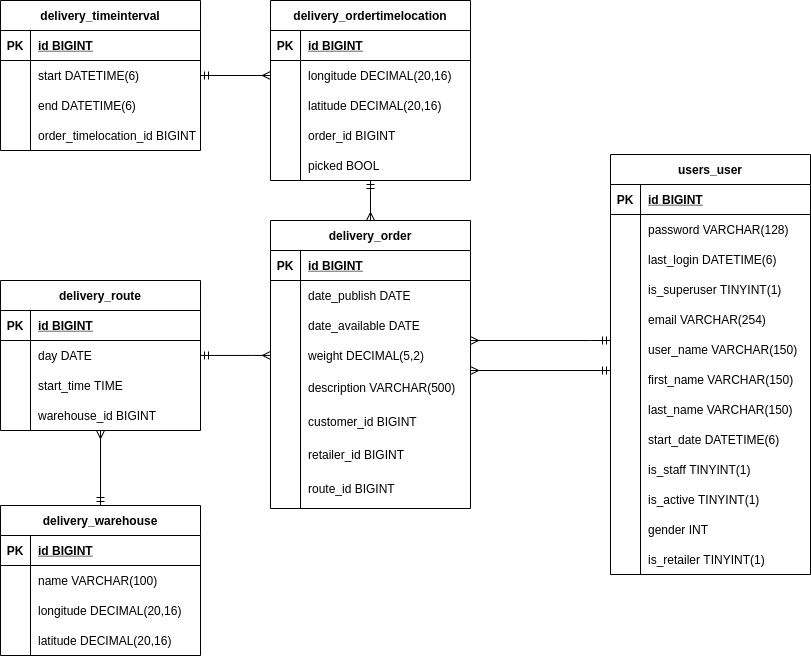
The draw.io diagram database.png in miguelfrutuoso/smart-delivery, before a commit. Source tidied: cells renumbered, new cells last; positions are measured from the earlier drawing's top-left corner, leaving out a move shared by most shapes.
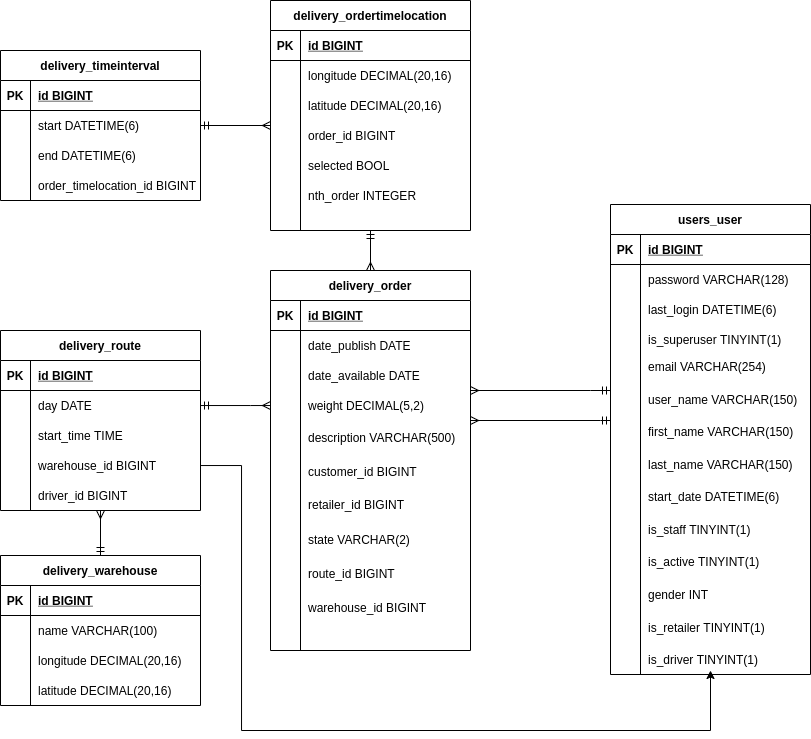
Later version of the same file.

Diff of the diagram source:
```diff
@@ -53,8 +53,23 @@
     <mxCell id="18" style="group;" parent="1" vertex="1">
       <mxGeometry x="270" width="200" height="180" as="geometry" />
     </mxCell>
+    <mxCell id="32" style="shape=partialRectangle;fillColor=none;top=0;left=0;bottom=0;right=0;" parent="18" vertex="1">
+      <mxGeometry y="142.1" width="200" height="28.4" as="geometry" />
+    </mxCell>
+    <mxCell id="33" style="shape=partialRectangle;fillColor=none;top=0;left=0;bottom=0;right=0;overflow=hidden;" parent="32" vertex="1">
+      <mxGeometry width="33.3" height="28.4" as="geometry" />
+    </mxCell>
+    <mxCell id="117" style="group;" parent="18" vertex="1">
+      <mxGeometry y="-50" width="200" height="230" as="geometry" />
+    </mxCell>
+    <mxCell id="118" value="nth_order INTEGER" style="shape=partialRectangle;fillColor=none;top=0;left=0;bottom=0;right=0;align=left;spacingLeft=6;overflow=hidden;" parent="117" vertex="1">
+      <mxGeometry x="30" y="180" width="170" height="30" as="geometry" />
+    </mxCell>
+    <mxCell id="119" style="group;" parent="117" vertex="1">
+      <mxGeometry width="200" height="230" as="geometry" />
+    </mxCell>
-    <mxCell id="19" value="delivery_ordertimelocation" style="shape=table;startSize=30;rowLines=0;fontStyle=1;align=center;fillColor=none;gradientColor=none;" parent="18" vertex="1">
-      <mxGeometry width="200" height="180" as="geometry" />
+    <mxCell id="19" value="delivery_ordertimelocation" style="shape=table;startSize=30;rowLines=0;fontStyle=1;align=center;fillColor=none;gradientColor=none;" parent="119" vertex="1">
+      <mxGeometry width="200" height="230" as="geometry" />
     </mxCell>
     <mxCell id="20" style="shape=partialRectangle;fillColor=none;top=0;left=0;bottom=1;right=0;" parent="19" vertex="1">
       <mxGeometry y="30" width="200" height="30" as="geometry" />
@@ -92,17 +107,11 @@
     <mxCell id="31" value="order_id BIGINT" style="shape=partialRectangle;fillColor=none;top=0;left=0;bottom=0;right=0;align=left;spacingLeft=6;overflow=hidden;" parent="29" vertex="1">
       <mxGeometry x="30" width="170" height="30" as="geometry" />
     </mxCell>
-    <mxCell id="32" style="shape=partialRectangle;fillColor=none;top=0;left=0;bottom=0;right=0;" parent="18" vertex="1">
-      <mxGeometry y="142.1" width="200" height="28.4" as="geometry" />
-    </mxCell>
-    <mxCell id="33" style="shape=partialRectangle;fillColor=none;top=0;left=0;bottom=0;right=0;overflow=hidden;" parent="32" vertex="1">
-      <mxGeometry width="33.3" height="28.4" as="geometry" />
-    </mxCell>
-    <mxCell id="34" value="picked BOOL" style="shape=partialRectangle;fillColor=none;top=0;left=0;bottom=0;right=0;align=left;spacingLeft=6;overflow=hidden;" parent="18" vertex="1">
+    <mxCell id="34" value="selected BOOL" style="shape=partialRectangle;fillColor=none;top=0;left=0;bottom=0;right=0;align=left;spacingLeft=6;overflow=hidden;" parent="119" vertex="1">
       <mxGeometry x="30" y="150" width="170" height="30" as="geometry" />
     </mxCell>
     <mxCell id="35" style="group;" parent="1" vertex="1">
-      <mxGeometry x="270" y="220" width="200" height="290" as="geometry" />
+      <mxGeometry x="270" y="220" width="200" height="380" as="geometry" />
     </mxCell>
     <mxCell id="36" style="shape=partialRectangle;fillColor=none;top=0;left=0;bottom=0;right=0;" parent="35" vertex="1">
       <mxGeometry y="135.3" width="200" height="27.1" as="geometry" />
@@ -111,10 +120,10 @@
       <mxGeometry width="33.3" height="27.1" as="geometry" />
     </mxCell>
     <mxCell id="38" style="group;" parent="35" vertex="1">
-      <mxGeometry width="200" height="288" as="geometry" />
+      <mxGeometry width="200" height="380" as="geometry" />
     </mxCell>
     <mxCell id="39" value="delivery_order" style="shape=table;startSize=30;rowLines=0;fontStyle=1;align=center;fillColor=none;gradientColor=none;" parent="38" vertex="1">
-      <mxGeometry width="200" height="288" as="geometry" />
+      <mxGeometry width="200" height="380" as="geometry" />
     </mxCell>
     <mxCell id="40" style="shape=partialRectangle;fillColor=none;top=0;left=0;bottom=1;right=0;" parent="39" vertex="1">
       <mxGeometry y="30" width="200" height="30" as="geometry" />
@@ -162,13 +171,19 @@
       <mxGeometry x="30" y="217" width="170" height="34.3" as="geometry" />
     </mxCell>
     <mxCell id="55" value="route_id BIGINT" style="shape=partialRectangle;fillColor=none;top=0;left=0;bottom=0;right=0;align=left;spacingLeft=6;overflow=hidden;" parent="38" vertex="1">
-      <mxGeometry x="30" y="251.3" width="170" height="34.3" as="geometry" />
+      <mxGeometry x="30" y="285.7" width="170" height="34.3" as="geometry" />
     </mxCell>
+    <mxCell id="120" value="warehouse_id BIGINT" style="shape=partialRectangle;fillColor=none;top=0;left=0;bottom=0;right=0;align=left;spacingLeft=6;overflow=hidden;" parent="38" vertex="1">
+      <mxGeometry x="30" y="320" width="170" height="34.3" as="geometry" />
+    </mxCell>
+    <mxCell id="121" value="state VARCHAR(2)" style="shape=partialRectangle;fillColor=none;top=0;left=0;bottom=0;right=0;align=left;spacingLeft=6;overflow=hidden;" parent="38" vertex="1">
+      <mxGeometry x="30" y="251.4" width="170" height="34.3" as="geometry" />
+    </mxCell>
     <mxCell id="56" style="group;" parent="1" vertex="1">
-      <mxGeometry y="280" width="200" height="150" as="geometry" />
+      <mxGeometry y="280" width="200" height="180" as="geometry" />
     </mxCell>
     <mxCell id="57" value="delivery_route" style="shape=table;startSize=30;rowLines=0;fontStyle=1;align=center;fillColor=none;gradientColor=none;" parent="56" vertex="1">
-      <mxGeometry width="200" height="150" as="geometry" />
+      <mxGeometry width="200" height="180" as="geometry" />
     </mxCell>
     <mxCell id="58" style="shape=partialRectangle;fillColor=none;top=0;left=0;bottom=1;right=0;" parent="57" vertex="1">
       <mxGeometry y="30" width="200" height="30" as="geometry" />
@@ -207,11 +222,14 @@
       <mxGeometry x="30" width="170" height="30" as="geometry" />
     </mxCell>
     <mxCell id="70" style="shape=partialRectangle;fillColor=none;top=0;left=0;bottom=0;right=0;" parent="56" vertex="1">
-      <mxGeometry y="118.4" width="200" height="23.7" as="geometry" />
+      <mxGeometry y="142.1" width="200" height="28.4" as="geometry" />
     </mxCell>
     <mxCell id="71" style="shape=partialRectangle;fillColor=none;top=0;left=0;bottom=0;right=0;overflow=hidden;" parent="70" vertex="1">
-      <mxGeometry width="33.3" height="23.7" as="geometry" />
+      <mxGeometry width="33.3" height="28.4" as="geometry" />
     </mxCell>
+    <mxCell id="122" value="driver_id BIGINT" style="shape=partialRectangle;fillColor=none;top=0;left=0;bottom=0;right=0;align=left;spacingLeft=6;overflow=hidden;" parent="56" vertex="1">
+      <mxGeometry x="30" y="150" width="170" height="30" as="geometry" />
+    </mxCell>
     <mxCell id="72" style="group;" parent="1" vertex="1">
       <mxGeometry y="505" width="200" height="150" as="geometry" />
     </mxCell>
@@ -291,10 +309,10 @@
       </mxGeometry>
     </mxCell>
     <mxCell id="93" style="group;" parent="1" vertex="1">
-      <mxGeometry x="610" y="154" width="200" height="420" as="geometry" />
+      <mxGeometry x="610" y="154" width="200" height="471.4" as="geometry" />
     </mxCell>
     <mxCell id="94" value="users_user" style="shape=table;startSize=30;rowLines=0;fontStyle=1;align=center;fillColor=none;gradientColor=none;" parent="93" vertex="1">
-      <mxGeometry width="200" height="420" as="geometry" />
+      <mxGeometry width="200" height="470" as="geometry" />
     </mxCell>
     <mxCell id="95" style="shape=partialRectangle;fillColor=none;top=0;left=0;bottom=1;right=0;" parent="94" vertex="1">
       <mxGeometry y="30" width="200" height="30" as="geometry" />
@@ -333,32 +351,35 @@
       <mxGeometry x="30" width="170" height="30" as="geometry" />
     </mxCell>
     <mxCell id="107" value="email VARCHAR(254)" style="shape=partialRectangle;fillColor=none;top=0;left=0;bottom=0;right=0;align=left;spacingLeft=6;overflow=hidden;" parent="93" vertex="1">
-      <mxGeometry x="30" y="150" width="160" height="30" as="geometry" />
+      <mxGeometry x="30" y="146" width="160" height="32.6" as="geometry" />
     </mxCell>
     <mxCell id="108" value="user_name VARCHAR(150)" style="shape=partialRectangle;fillColor=none;top=0;left=0;bottom=0;right=0;align=left;spacingLeft=6;overflow=hidden;" parent="93" vertex="1">
-      <mxGeometry x="30" y="180" width="160" height="30" as="geometry" />
+      <mxGeometry x="30" y="178.6" width="160" height="32.6" as="geometry" />
     </mxCell>
     <mxCell id="109" value="first_name VARCHAR(150)" style="shape=partialRectangle;fillColor=none;top=0;left=0;bottom=0;right=0;align=left;spacingLeft=6;overflow=hidden;" parent="93" vertex="1">
-      <mxGeometry x="30" y="210" width="160" height="30" as="geometry" />
+      <mxGeometry x="30" y="211.1" width="160" height="32.6" as="geometry" />
     </mxCell>
     <mxCell id="110" value="last_name VARCHAR(150)" style="shape=partialRectangle;fillColor=none;top=0;left=0;bottom=0;right=0;align=left;spacingLeft=6;overflow=hidden;" parent="93" vertex="1">
-      <mxGeometry x="30" y="240" width="170" height="30" as="geometry" />
+      <mxGeometry x="30" y="243.7" width="170" height="32.6" as="geometry" />
     </mxCell>
     <mxCell id="111" value="start_date DATETIME(6)" style="shape=partialRectangle;fillColor=none;top=0;left=0;bottom=0;right=0;align=left;spacingLeft=6;overflow=hidden;" parent="93" vertex="1">
-      <mxGeometry x="30" y="270" width="170" height="30" as="geometry" />
+      <mxGeometry x="30" y="276" width="170" height="32.6" as="geometry" />
     </mxCell>
     <mxCell id="112" value="is_staff TINYINT(1)" style="shape=partialRectangle;fillColor=none;top=0;left=0;bottom=0;right=0;align=left;spacingLeft=6;overflow=hidden;" parent="93" vertex="1">
-      <mxGeometry x="30" y="300" width="170" height="30" as="geometry" />
+      <mxGeometry x="30" y="308.6" width="170" height="32.6" as="geometry" />
     </mxCell>
     <mxCell id="113" value="is_active TINYINT(1)" style="shape=partialRectangle;fillColor=none;top=0;left=0;bottom=0;right=0;align=left;spacingLeft=6;overflow=hidden;" parent="93" vertex="1">
-      <mxGeometry x="30" y="330" width="170" height="30" as="geometry" />
+      <mxGeometry x="30" y="341.1" width="170" height="32.6" as="geometry" />
     </mxCell>
     <mxCell id="114" value="gender INT" style="shape=partialRectangle;fillColor=none;top=0;left=0;bottom=0;right=0;align=left;spacingLeft=6;overflow=hidden;" parent="93" vertex="1">
-      <mxGeometry x="30" y="360" width="170" height="30" as="geometry" />
+      <mxGeometry x="30" y="373.7" width="170" height="32.6" as="geometry" />
     </mxCell>
     <mxCell id="115" value="is_retailer TINYINT(1)" style="shape=partialRectangle;fillColor=none;top=0;left=0;bottom=0;right=0;align=left;spacingLeft=6;overflow=hidden;" parent="93" vertex="1">
-      <mxGeometry x="30" y="390" width="170" height="30" as="geometry" />
+      <mxGeometry x="30" y="406.3" width="170" height="32.6" as="geometry" />
     </mxCell>
+    <mxCell id="123" value="is_driver TINYINT(1)" style="shape=partialRectangle;fillColor=none;top=0;left=0;bottom=0;right=0;align=left;spacingLeft=6;overflow=hidden;" parent="93" vertex="1">
+      <mxGeometry x="30" y="438.9" width="170" height="32.6" as="geometry" />
+    </mxCell>
     <mxCell id="116" style="edgeStyle=orthogonalEdgeStyle;rounded=0;jettySize=auto;html=1;startArrow=ERmandOne;startFill=0;endArrow=ERmany;endFill=0;" parent="1" edge="1" source="61" target="39">
       <mxGeometry relative="1" as="geometry">
         <Array as="points">
@@ -367,5 +388,15 @@
         </Array>
       </mxGeometry>
     </mxCell>
+    <mxCell id="124" style="edgeStyle=orthogonalEdgeStyle;rounded=0;jettySize=auto;html=1;" parent="1" edge="1" source="67">
+      <mxGeometry relative="1" as="geometry">
+        <mxPoint x="710" y="620" as="targetPoint" />
+        <Array as="points">
+          <mxPoint x="241" y="415" />
+          <mxPoint x="241" y="680" />
+          <mxPoint x="710" y="680" />
+        </Array>
+      </mxGeometry>
+    </mxCell>
   </root>
 </mxGraphModel>
```
